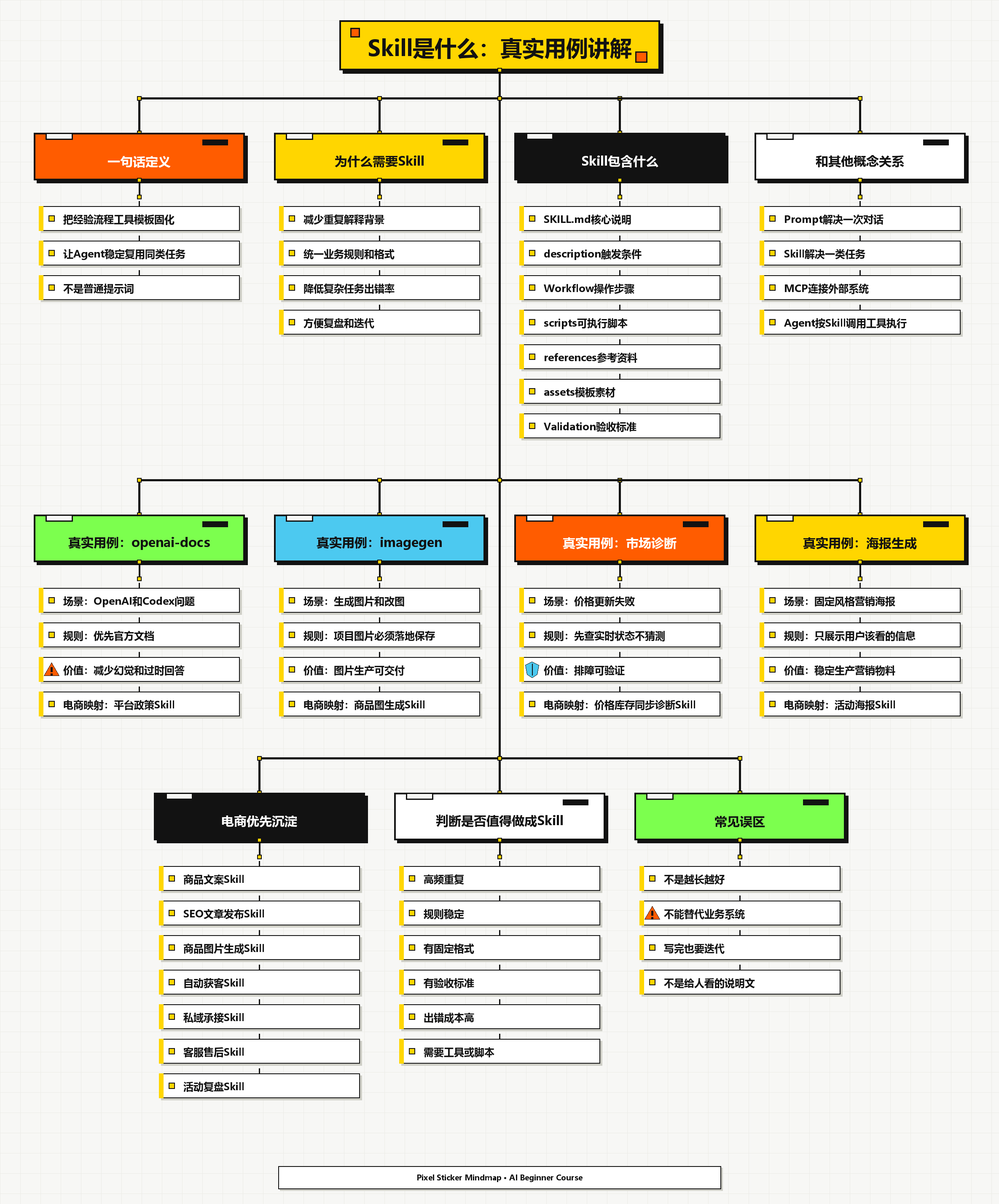
This is 电商AI知识图谱/skill-explained-mindmap.png from locooooooooo/ai-beginner-course, a Mermaid export, as it was before one commit. Its source is kept beside it as 电商AI知识图谱/skill-explained-mindmap.mmd. Its diagram source:
```mermaid
mindmap
  root((Skill是什么：真实用例讲解))
    一句话定义
      把经验流程工具模板固化
      让Agent稳定复用同类任务
      不是普通提示词
    为什么需要Skill
      减少重复解释背景
      统一业务规则和格式
      降低复杂任务出错率
      方便复盘和迭代
    Skill包含什么
      SKILL.md核心说明
      description触发条件
      Workflow操作步骤
      scripts可执行脚本
      references参考资料
      assets模板素材
      Validation验收标准
    和其他概念关系
      Prompt解决一次对话
      Skill解决一类任务
      MCP连接外部系统
      Agent按Skill调用工具执行
    真实用例：openai-docs
      场景：OpenAI和Codex问题
      规则：优先官方文档
      价值：减少幻觉和过时回答
      电商映射：平台政策Skill
    真实用例：imagegen
      场景：生成图片和改图
      规则：项目图片必须落地保存
      价值：图片生产可交付
      电商映射：商品图生成Skill
    真实用例：市场诊断
      场景：价格更新失败
      规则：先查实时状态不猜测
      价值：排障可验证
      电商映射：价格库存同步诊断Skill
    真实用例：海报生成
      场景：固定风格营销海报
      规则：只展示用户该看的信息
      价值：稳定生产营销物料
      电商映射：活动海报Skill
    电商优先沉淀
      商品文案Skill
      SEO文章发布Skill
      商品图片生成Skill
      自动获客Skill
      私域承接Skill
      客服售后Skill
      活动复盘Skill
    判断是否值得做成Skill
      高频重复
      规则稳定
      有固定格式
      有验收标准
      出错成本高
      需要工具或脚本
    常见误区
      不是越长越好
      不能替代业务系统
      写完也要迭代
      不是给人看的说明文
```
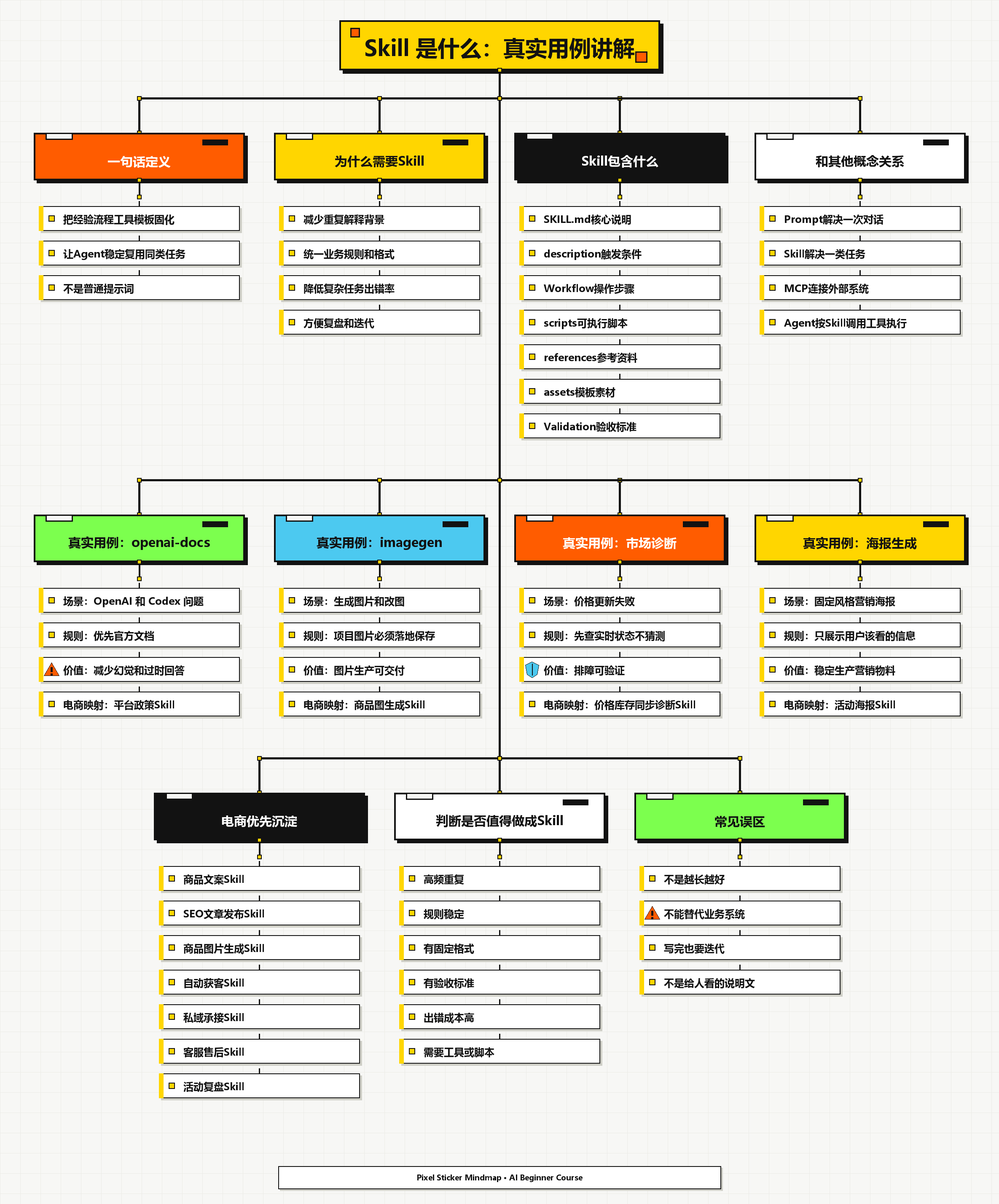
Later version of the same file.

Diff of the diagram source:
```diff
@@ -1,5 +1,5 @@
 mindmap
-  root((Skill是什么：真实用例讲解))
+  root((Skill 是什么：真实用例讲解))
     一句话定义
       把经验流程工具模板固化
       让Agent稳定复用同类任务
@@ -23,7 +23,7 @@
       MCP连接外部系统
       Agent按Skill调用工具执行
     真实用例：openai-docs
-      场景：OpenAI和Codex问题
+      场景：OpenAI 和 Codex 问题
       规则：优先官方文档
       价值：减少幻觉和过时回答
       电商映射：平台政策Skill
```
